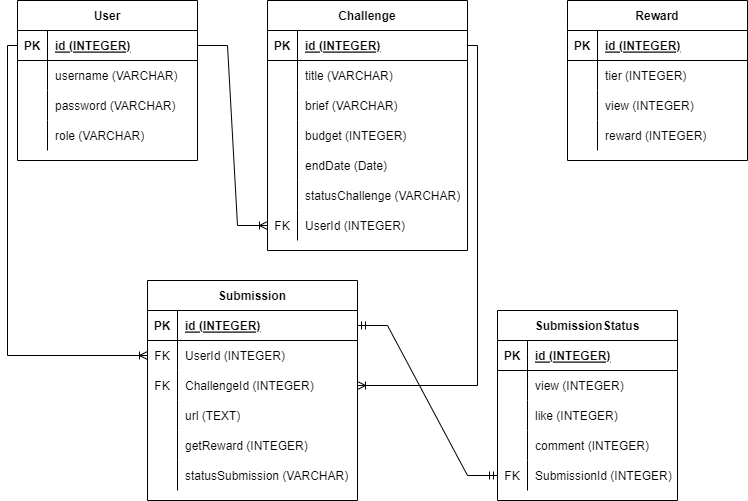
This is Refrences/SocialChallengeERD.png from YohKristian/SocialChallenge, a draw.io export, as it was before one commit. Source tidied: cells renumbered, new cells last; positions are measured from the earlier drawing's top-left corner, leaving out a move shared by most shapes. Its diagram source:
```xml
<mxGraphModel>
  <root>
    <mxCell id="0" />
    <mxCell id="1" parent="0" />
    <mxCell id="2" value="User" style="shape=table;startSize=30;rowLines=0;fontStyle=1;align=center;" parent="1" vertex="1">
      <mxGeometry width="180" height="160" as="geometry" />
    </mxCell>
    <mxCell id="3" style="shape=tableRow;horizontal=0;startSize=0;swimlaneHead=0;swimlaneBody=0;fillColor=none;points=[[0,0.5],[1,0.5]];portConstraint=eastwest;top=0;left=0;right=0;bottom=1;" parent="2" vertex="1">
      <mxGeometry y="30" width="180" height="30" as="geometry" />
    </mxCell>
    <mxCell id="4" value="PK" style="shape=partialRectangle;fillColor=none;top=0;left=0;bottom=0;right=0;fontStyle=1;overflow=hidden;" parent="3" vertex="1">
      <mxGeometry width="30" height="30" as="geometry" />
    </mxCell>
    <mxCell id="5" value="id (INTEGER)" style="shape=partialRectangle;fillColor=none;top=0;left=0;bottom=0;right=0;align=left;spacingLeft=6;fontStyle=5;overflow=hidden;" parent="3" vertex="1">
      <mxGeometry x="30" width="150" height="30" as="geometry" />
    </mxCell>
    <mxCell id="6" style="shape=tableRow;horizontal=0;startSize=0;swimlaneHead=0;swimlaneBody=0;fillColor=none;top=0;left=0;right=0;bottom=0;" parent="2" vertex="1">
      <mxGeometry y="60" width="180" height="30" as="geometry" />
    </mxCell>
    <mxCell id="7" style="shape=partialRectangle;fillColor=none;top=0;left=0;bottom=0;right=0;overflow=hidden;" parent="6" vertex="1">
      <mxGeometry width="30" height="30" as="geometry" />
    </mxCell>
    <mxCell id="8" value="username (VARCHAR)" style="shape=partialRectangle;fillColor=none;top=0;left=0;bottom=0;right=0;align=left;spacingLeft=6;overflow=hidden;" parent="6" vertex="1">
      <mxGeometry x="30" width="150" height="30" as="geometry" />
    </mxCell>
    <mxCell id="9" style="shape=tableRow;horizontal=0;startSize=0;swimlaneHead=0;swimlaneBody=0;fillColor=none;top=0;left=0;right=0;bottom=0;" parent="2" vertex="1">
      <mxGeometry y="90" width="180" height="30" as="geometry" />
    </mxCell>
    <mxCell id="10" style="shape=partialRectangle;fillColor=none;top=0;left=0;bottom=0;right=0;overflow=hidden;" parent="9" vertex="1">
      <mxGeometry width="30" height="30" as="geometry" />
    </mxCell>
    <mxCell id="11" value="password (VARCHAR)" style="shape=partialRectangle;fillColor=none;top=0;left=0;bottom=0;right=0;align=left;spacingLeft=6;overflow=hidden;" parent="9" vertex="1">
      <mxGeometry x="30" width="150" height="30" as="geometry" />
    </mxCell>
    <mxCell id="12" style="shape=tableRow;horizontal=0;startSize=0;swimlaneHead=0;swimlaneBody=0;fillColor=none;top=0;left=0;right=0;bottom=0;" parent="2" vertex="1">
      <mxGeometry y="120" width="180" height="30" as="geometry" />
    </mxCell>
    <mxCell id="13" style="shape=partialRectangle;fillColor=none;top=0;left=0;bottom=0;right=0;overflow=hidden;" parent="12" vertex="1">
      <mxGeometry width="30" height="30" as="geometry" />
    </mxCell>
    <mxCell id="14" value="role (VARCHAR)" style="shape=partialRectangle;fillColor=none;top=0;left=0;bottom=0;right=0;align=left;spacingLeft=6;overflow=hidden;" parent="12" vertex="1">
      <mxGeometry x="30" width="150" height="30" as="geometry" />
    </mxCell>
    <mxCell id="15" value="Challenge" style="shape=table;startSize=30;rowLines=0;fontStyle=1;align=center;" parent="1" vertex="1">
      <mxGeometry x="250" width="200" height="250" as="geometry" />
    </mxCell>
    <mxCell id="16" style="shape=tableRow;horizontal=0;startSize=0;swimlaneHead=0;swimlaneBody=0;fillColor=none;points=[[0,0.5],[1,0.5]];portConstraint=eastwest;top=0;left=0;right=0;bottom=1;" parent="15" vertex="1">
      <mxGeometry y="30" width="200" height="30" as="geometry" />
    </mxCell>
    <mxCell id="17" value="PK" style="shape=partialRectangle;fillColor=none;top=0;left=0;bottom=0;right=0;fontStyle=1;overflow=hidden;" parent="16" vertex="1">
      <mxGeometry width="30" height="30" as="geometry" />
    </mxCell>
    <mxCell id="18" value="id (INTEGER)" style="shape=partialRectangle;fillColor=none;top=0;left=0;bottom=0;right=0;align=left;spacingLeft=6;fontStyle=5;overflow=hidden;" parent="16" vertex="1">
      <mxGeometry x="30" width="170" height="30" as="geometry" />
    </mxCell>
    <mxCell id="19" style="shape=tableRow;horizontal=0;startSize=0;swimlaneHead=0;swimlaneBody=0;fillColor=none;top=0;left=0;right=0;bottom=0;" parent="15" vertex="1">
      <mxGeometry y="60" width="200" height="30" as="geometry" />
    </mxCell>
    <mxCell id="20" style="shape=partialRectangle;fillColor=none;top=0;left=0;bottom=0;right=0;overflow=hidden;" parent="19" vertex="1">
      <mxGeometry width="30" height="30" as="geometry" />
    </mxCell>
    <mxCell id="21" value="title (VARCHAR)" style="shape=partialRectangle;fillColor=none;top=0;left=0;bottom=0;right=0;align=left;spacingLeft=6;overflow=hidden;" parent="19" vertex="1">
      <mxGeometry x="30" width="170" height="30" as="geometry" />
    </mxCell>
    <mxCell id="22" style="shape=tableRow;horizontal=0;startSize=0;swimlaneHead=0;swimlaneBody=0;fillColor=none;top=0;left=0;right=0;bottom=0;" parent="15" vertex="1">
      <mxGeometry y="90" width="200" height="30" as="geometry" />
    </mxCell>
    <mxCell id="23" style="shape=partialRectangle;fillColor=none;top=0;left=0;bottom=0;right=0;overflow=hidden;" parent="22" vertex="1">
      <mxGeometry width="30" height="30" as="geometry" />
    </mxCell>
    <mxCell id="24" value="brief (VARCHAR)" style="shape=partialRectangle;fillColor=none;top=0;left=0;bottom=0;right=0;align=left;spacingLeft=6;overflow=hidden;" parent="22" vertex="1">
      <mxGeometry x="30" width="170" height="30" as="geometry" />
    </mxCell>
    <mxCell id="25" style="shape=tableRow;horizontal=0;startSize=0;swimlaneHead=0;swimlaneBody=0;fillColor=none;top=0;left=0;right=0;bottom=0;" parent="15" vertex="1">
      <mxGeometry y="120" width="200" height="30" as="geometry" />
    </mxCell>
    <mxCell id="26" style="shape=partialRectangle;fillColor=none;top=0;left=0;bottom=0;right=0;overflow=hidden;" parent="25" vertex="1">
      <mxGeometry width="30" height="30" as="geometry" />
    </mxCell>
    <mxCell id="27" value="budget (INTEGER)" style="shape=partialRectangle;fillColor=none;top=0;left=0;bottom=0;right=0;align=left;spacingLeft=6;overflow=hidden;" parent="25" vertex="1">
      <mxGeometry x="30" width="170" height="30" as="geometry" />
    </mxCell>
    <mxCell id="28" style="shape=tableRow;horizontal=0;startSize=0;swimlaneHead=0;swimlaneBody=0;fillColor=none;top=0;left=0;right=0;bottom=0;" parent="15" vertex="1">
      <mxGeometry y="150" width="200" height="30" as="geometry" />
    </mxCell>
    <mxCell id="29" style="shape=partialRectangle;fillColor=none;top=0;left=0;bottom=0;right=0;overflow=hidden;" parent="28" vertex="1">
      <mxGeometry width="30" height="30" as="geometry" />
    </mxCell>
    <mxCell id="30" value="endDate (Date)" style="shape=partialRectangle;fillColor=none;top=0;left=0;bottom=0;right=0;align=left;spacingLeft=6;overflow=hidden;" parent="28" vertex="1">
      <mxGeometry x="30" width="170" height="30" as="geometry" />
    </mxCell>
    <mxCell id="31" style="shape=tableRow;horizontal=0;startSize=0;swimlaneHead=0;swimlaneBody=0;fillColor=none;top=0;left=0;right=0;bottom=0;" parent="15" vertex="1">
      <mxGeometry y="180" width="200" height="30" as="geometry" />
    </mxCell>
    <mxCell id="32" style="shape=partialRectangle;fillColor=none;top=0;left=0;bottom=0;right=0;overflow=hidden;" parent="31" vertex="1">
      <mxGeometry width="30" height="30" as="geometry" />
    </mxCell>
    <mxCell id="33" value="statusChallenge (VARCHAR)" style="shape=partialRectangle;fillColor=none;top=0;left=0;bottom=0;right=0;align=left;spacingLeft=6;overflow=hidden;" parent="31" vertex="1">
      <mxGeometry x="30" width="170" height="30" as="geometry" />
    </mxCell>
    <mxCell id="34" style="shape=tableRow;horizontal=0;startSize=0;swimlaneHead=0;swimlaneBody=0;fillColor=none;points=[[0,0.5],[1,0.5]];portConstraint=eastwest;top=0;left=0;right=0;bottom=0;" parent="15" vertex="1">
      <mxGeometry y="210" width="200" height="30" as="geometry" />
    </mxCell>
    <mxCell id="35" value="FK" style="shape=partialRectangle;fillColor=none;top=0;left=0;bottom=0;right=0;overflow=hidden;" parent="34" vertex="1">
      <mxGeometry width="30" height="30" as="geometry" />
    </mxCell>
    <mxCell id="36" value="UserId (INTEGER)" style="shape=partialRectangle;fillColor=none;top=0;left=0;bottom=0;right=0;align=left;spacingLeft=6;overflow=hidden;" parent="34" vertex="1">
      <mxGeometry x="30" width="170" height="30" as="geometry" />
    </mxCell>
    <mxCell id="37" value="Submission" style="shape=table;startSize=30;rowLines=0;fontStyle=1;align=center;" parent="1" vertex="1">
      <mxGeometry x="130" y="280" width="210" height="220" as="geometry" />
    </mxCell>
    <mxCell id="38" style="shape=tableRow;horizontal=0;startSize=0;swimlaneHead=0;swimlaneBody=0;fillColor=none;points=[[0,0.5],[1,0.5]];portConstraint=eastwest;top=0;left=0;right=0;bottom=1;" parent="37" vertex="1">
      <mxGeometry y="30" width="210" height="30" as="geometry" />
    </mxCell>
    <mxCell id="39" value="PK" style="shape=partialRectangle;fillColor=none;top=0;left=0;bottom=0;right=0;fontStyle=1;overflow=hidden;" parent="38" vertex="1">
      <mxGeometry width="30" height="30" as="geometry" />
    </mxCell>
    <mxCell id="40" value="id (INTEGER)" style="shape=partialRectangle;fillColor=none;top=0;left=0;bottom=0;right=0;align=left;spacingLeft=6;fontStyle=5;overflow=hidden;" parent="38" vertex="1">
      <mxGeometry x="30" width="180" height="30" as="geometry" />
    </mxCell>
    <mxCell id="41" style="shape=tableRow;horizontal=0;startSize=0;swimlaneHead=0;swimlaneBody=0;fillColor=none;points=[[0,0.5],[1,0.5]];portConstraint=eastwest;top=0;left=0;right=0;bottom=0;" parent="37" vertex="1">
      <mxGeometry y="60" width="210" height="30" as="geometry" />
    </mxCell>
    <mxCell id="42" value="FK" style="shape=partialRectangle;fillColor=none;top=0;left=0;bottom=0;right=0;overflow=hidden;" parent="41" vertex="1">
      <mxGeometry width="30" height="30" as="geometry" />
    </mxCell>
    <mxCell id="43" value="UserId (INTEGER)" style="shape=partialRectangle;fillColor=none;top=0;left=0;bottom=0;right=0;align=left;spacingLeft=6;overflow=hidden;" parent="41" vertex="1">
      <mxGeometry x="30" width="180" height="30" as="geometry" />
    </mxCell>
    <mxCell id="44" style="shape=tableRow;horizontal=0;startSize=0;swimlaneHead=0;swimlaneBody=0;fillColor=none;points=[[0,0.5],[1,0.5]];portConstraint=eastwest;top=0;left=0;right=0;bottom=0;" parent="37" vertex="1">
      <mxGeometry y="90" width="210" height="30" as="geometry" />
    </mxCell>
    <mxCell id="45" value="FK" style="shape=partialRectangle;fillColor=none;top=0;left=0;bottom=0;right=0;overflow=hidden;" parent="44" vertex="1">
      <mxGeometry width="30" height="30" as="geometry" />
    </mxCell>
    <mxCell id="46" value="ChallengeId (INTEGER)" style="shape=partialRectangle;fillColor=none;top=0;left=0;bottom=0;right=0;align=left;spacingLeft=6;overflow=hidden;" parent="44" vertex="1">
      <mxGeometry x="30" width="180" height="30" as="geometry" />
    </mxCell>
    <mxCell id="47" style="shape=tableRow;horizontal=0;startSize=0;swimlaneHead=0;swimlaneBody=0;fillColor=none;top=0;left=0;right=0;bottom=0;" parent="37" vertex="1">
      <mxGeometry y="120" width="210" height="30" as="geometry" />
    </mxCell>
    <mxCell id="48" style="shape=partialRectangle;fillColor=none;top=0;left=0;bottom=0;right=0;overflow=hidden;" parent="47" vertex="1">
      <mxGeometry width="30" height="30" as="geometry" />
    </mxCell>
    <mxCell id="49" value="url (TEXT)" style="shape=partialRectangle;fillColor=none;top=0;left=0;bottom=0;right=0;align=left;spacingLeft=6;overflow=hidden;" parent="47" vertex="1">
      <mxGeometry x="30" width="180" height="30" as="geometry" />
    </mxCell>
    <mxCell id="50" style="shape=tableRow;horizontal=0;startSize=0;swimlaneHead=0;swimlaneBody=0;fillColor=none;top=0;left=0;right=0;bottom=0;" parent="37" vertex="1">
      <mxGeometry y="150" width="210" height="30" as="geometry" />
    </mxCell>
    <mxCell id="51" style="shape=partialRectangle;fillColor=none;top=0;left=0;bottom=0;right=0;overflow=hidden;" parent="50" vertex="1">
      <mxGeometry width="30" height="30" as="geometry" />
    </mxCell>
    <mxCell id="52" value="getReward (INTEGER)" style="shape=partialRectangle;fillColor=none;top=0;left=0;bottom=0;right=0;align=left;spacingLeft=6;overflow=hidden;" parent="50" vertex="1">
      <mxGeometry x="30" width="180" height="30" as="geometry" />
    </mxCell>
    <mxCell id="53" style="shape=tableRow;horizontal=0;startSize=0;swimlaneHead=0;swimlaneBody=0;fillColor=none;top=0;left=0;right=0;bottom=0;" parent="37" vertex="1">
      <mxGeometry y="180" width="210" height="30" as="geometry" />
    </mxCell>
    <mxCell id="54" style="shape=partialRectangle;fillColor=none;top=0;left=0;bottom=0;right=0;overflow=hidden;" parent="53" vertex="1">
      <mxGeometry width="30" height="30" as="geometry" />
    </mxCell>
    <mxCell id="55" value="statusSubmission (VARCHAR)" style="shape=partialRectangle;fillColor=none;top=0;left=0;bottom=0;right=0;align=left;spacingLeft=6;overflow=hidden;" parent="53" vertex="1">
      <mxGeometry x="30" width="180" height="30" as="geometry" />
    </mxCell>
    <mxCell id="56" value="Reward" style="shape=table;startSize=30;rowLines=0;fontStyle=1;align=center;" parent="1" vertex="1">
      <mxGeometry x="550" width="180" height="160" as="geometry" />
    </mxCell>
    <mxCell id="57" style="shape=tableRow;horizontal=0;startSize=0;swimlaneHead=0;swimlaneBody=0;fillColor=none;top=0;left=0;right=0;bottom=1;" parent="56" vertex="1">
      <mxGeometry y="30" width="180" height="30" as="geometry" />
    </mxCell>
    <mxCell id="58" value="PK" style="shape=partialRectangle;fillColor=none;top=0;left=0;bottom=0;right=0;fontStyle=1;overflow=hidden;" parent="57" vertex="1">
      <mxGeometry width="30" height="30" as="geometry" />
    </mxCell>
    <mxCell id="59" value="id (INTEGER)" style="shape=partialRectangle;fillColor=none;top=0;left=0;bottom=0;right=0;align=left;spacingLeft=6;fontStyle=5;overflow=hidden;" parent="57" vertex="1">
      <mxGeometry x="30" width="150" height="30" as="geometry" />
    </mxCell>
    <mxCell id="60" style="shape=tableRow;horizontal=0;startSize=0;swimlaneHead=0;swimlaneBody=0;fillColor=none;top=0;left=0;right=0;bottom=0;" parent="56" vertex="1">
      <mxGeometry y="60" width="180" height="30" as="geometry" />
    </mxCell>
    <mxCell id="61" style="shape=partialRectangle;fillColor=none;top=0;left=0;bottom=0;right=0;overflow=hidden;" parent="60" vertex="1">
      <mxGeometry width="30" height="30" as="geometry" />
    </mxCell>
    <mxCell id="62" value="tier (INTEGER)" style="shape=partialRectangle;fillColor=none;top=0;left=0;bottom=0;right=0;align=left;spacingLeft=6;overflow=hidden;" parent="60" vertex="1">
      <mxGeometry x="30" width="150" height="30" as="geometry" />
    </mxCell>
    <mxCell id="63" style="shape=tableRow;horizontal=0;startSize=0;swimlaneHead=0;swimlaneBody=0;fillColor=none;top=0;left=0;right=0;bottom=0;" parent="56" vertex="1">
      <mxGeometry y="90" width="180" height="30" as="geometry" />
    </mxCell>
    <mxCell id="64" style="shape=partialRectangle;fillColor=none;top=0;left=0;bottom=0;right=0;overflow=hidden;" parent="63" vertex="1">
      <mxGeometry width="30" height="30" as="geometry" />
    </mxCell>
    <mxCell id="65" value="view (INTEGER)" style="shape=partialRectangle;fillColor=none;top=0;left=0;bottom=0;right=0;align=left;spacingLeft=6;overflow=hidden;" parent="63" vertex="1">
      <mxGeometry x="30" width="150" height="30" as="geometry" />
    </mxCell>
    <mxCell id="66" style="shape=tableRow;horizontal=0;startSize=0;swimlaneHead=0;swimlaneBody=0;fillColor=none;top=0;left=0;right=0;bottom=0;" parent="56" vertex="1">
      <mxGeometry y="120" width="180" height="30" as="geometry" />
    </mxCell>
    <mxCell id="67" style="shape=partialRectangle;fillColor=none;top=0;left=0;bottom=0;right=0;overflow=hidden;" parent="66" vertex="1">
      <mxGeometry width="30" height="30" as="geometry" />
    </mxCell>
    <mxCell id="68" value="reward (INTEGER)" style="shape=partialRectangle;fillColor=none;top=0;left=0;bottom=0;right=0;align=left;spacingLeft=6;overflow=hidden;" parent="66" vertex="1">
      <mxGeometry x="30" width="150" height="30" as="geometry" />
    </mxCell>
    <mxCell id="69" style="edgeStyle=entityRelationEdgeStyle;fontSize=12;html=1;endArrow=ERoneToMany;rounded=0;exitX=1;exitY=0.5;exitDx=0;exitDy=0;entryX=0;entryY=0.5;entryDx=0;entryDy=0;" parent="1" edge="1" source="3" target="34">
      <mxGeometry relative="1" as="geometry" />
    </mxCell>
    <mxCell id="70" style="edgeStyle=orthogonalEdgeStyle;fontSize=12;html=1;endArrow=ERoneToMany;rounded=0;exitX=1;exitY=0.5;exitDx=0;exitDy=0;entryX=1;entryY=0.5;entryDx=0;entryDy=0;" parent="1" edge="1" source="16" target="44">
      <mxGeometry relative="1" as="geometry" />
    </mxCell>
    <mxCell id="71" style="edgeStyle=orthogonalEdgeStyle;fontSize=12;html=1;endArrow=ERoneToMany;rounded=0;exitX=0;exitY=0.5;exitDx=0;exitDy=0;entryX=0;entryY=0.5;entryDx=0;entryDy=0;" parent="1" edge="1" source="3" target="41">
      <mxGeometry relative="1" as="geometry" />
    </mxCell>
    <mxCell id="72" value="SubmissionStatus" style="shape=table;startSize=30;rowLines=0;fontStyle=1;align=center;" parent="1" vertex="1">
      <mxGeometry x="480" y="310" width="180" height="190" as="geometry" />
    </mxCell>
    <mxCell id="73" style="shape=tableRow;horizontal=0;startSize=0;swimlaneHead=0;swimlaneBody=0;fillColor=none;top=0;left=0;right=0;bottom=1;" parent="72" vertex="1">
      <mxGeometry y="30" width="180" height="30" as="geometry" />
    </mxCell>
    <mxCell id="74" value="PK" style="shape=partialRectangle;fillColor=none;top=0;left=0;bottom=0;right=0;fontStyle=1;overflow=hidden;" parent="73" vertex="1">
      <mxGeometry width="30" height="30" as="geometry" />
    </mxCell>
    <mxCell id="75" value="id (INTEGER)" style="shape=partialRectangle;fillColor=none;top=0;left=0;bottom=0;right=0;align=left;spacingLeft=6;fontStyle=5;overflow=hidden;" parent="73" vertex="1">
      <mxGeometry x="30" width="150" height="30" as="geometry" />
    </mxCell>
    <mxCell id="76" style="shape=tableRow;horizontal=0;startSize=0;swimlaneHead=0;swimlaneBody=0;fillColor=none;top=0;left=0;right=0;bottom=0;" parent="72" vertex="1">
      <mxGeometry y="60" width="180" height="30" as="geometry" />
    </mxCell>
    <mxCell id="77" style="shape=partialRectangle;fillColor=none;top=0;left=0;bottom=0;right=0;overflow=hidden;" parent="76" vertex="1">
      <mxGeometry width="30" height="30" as="geometry" />
    </mxCell>
    <mxCell id="78" value="view (INTEGER)" style="shape=partialRectangle;fillColor=none;top=0;left=0;bottom=0;right=0;align=left;spacingLeft=6;overflow=hidden;" parent="76" vertex="1">
      <mxGeometry x="30" width="150" height="30" as="geometry" />
    </mxCell>
    <mxCell id="79" style="shape=tableRow;horizontal=0;startSize=0;swimlaneHead=0;swimlaneBody=0;fillColor=none;top=0;left=0;right=0;bottom=0;" parent="72" vertex="1">
      <mxGeometry y="90" width="180" height="30" as="geometry" />
    </mxCell>
    <mxCell id="80" style="shape=partialRectangle;fillColor=none;top=0;left=0;bottom=0;right=0;overflow=hidden;" parent="79" vertex="1">
      <mxGeometry width="30" height="30" as="geometry" />
    </mxCell>
    <mxCell id="81" value="like (INTEGER)" style="shape=partialRectangle;fillColor=none;top=0;left=0;bottom=0;right=0;align=left;spacingLeft=6;overflow=hidden;" parent="79" vertex="1">
      <mxGeometry x="30" width="150" height="30" as="geometry" />
    </mxCell>
    <mxCell id="82" style="shape=tableRow;horizontal=0;startSize=0;swimlaneHead=0;swimlaneBody=0;fillColor=none;top=0;left=0;right=0;bottom=0;" parent="72" vertex="1">
      <mxGeometry y="120" width="180" height="30" as="geometry" />
    </mxCell>
    <mxCell id="83" style="shape=partialRectangle;fillColor=none;top=0;left=0;bottom=0;right=0;overflow=hidden;" parent="82" vertex="1">
      <mxGeometry width="30" height="30" as="geometry" />
    </mxCell>
    <mxCell id="84" value="comment (INTEGER)" style="shape=partialRectangle;fillColor=none;top=0;left=0;bottom=0;right=0;align=left;spacingLeft=6;overflow=hidden;" parent="82" vertex="1">
      <mxGeometry x="30" width="150" height="30" as="geometry" />
    </mxCell>
    <mxCell id="85" style="shape=tableRow;horizontal=0;startSize=0;swimlaneHead=0;swimlaneBody=0;fillColor=none;points=[[0,0.5],[1,0.5]];portConstraint=eastwest;top=0;left=0;right=0;bottom=0;" parent="72" vertex="1">
      <mxGeometry y="150" width="180" height="30" as="geometry" />
    </mxCell>
    <mxCell id="86" value="FK" style="shape=partialRectangle;fillColor=none;top=0;left=0;bottom=0;right=0;overflow=hidden;" parent="85" vertex="1">
      <mxGeometry width="30" height="30" as="geometry" />
    </mxCell>
    <mxCell id="87" value="SubmissionId (INTEGER)" style="shape=partialRectangle;fillColor=none;top=0;left=0;bottom=0;right=0;align=left;spacingLeft=6;overflow=hidden;" parent="85" vertex="1">
      <mxGeometry x="30" width="150" height="30" as="geometry" />
    </mxCell>
    <mxCell id="88" style="edgeStyle=entityRelationEdgeStyle;fontSize=12;html=1;endArrow=ERmandOne;startArrow=ERmandOne;rounded=0;exitX=1;exitY=0.5;exitDx=0;exitDy=0;entryX=0;entryY=0.5;entryDx=0;entryDy=0;" parent="1" edge="1" source="38" target="85">
      <mxGeometry relative="1" as="geometry" />
    </mxCell>
  </root>
</mxGraphModel>
```
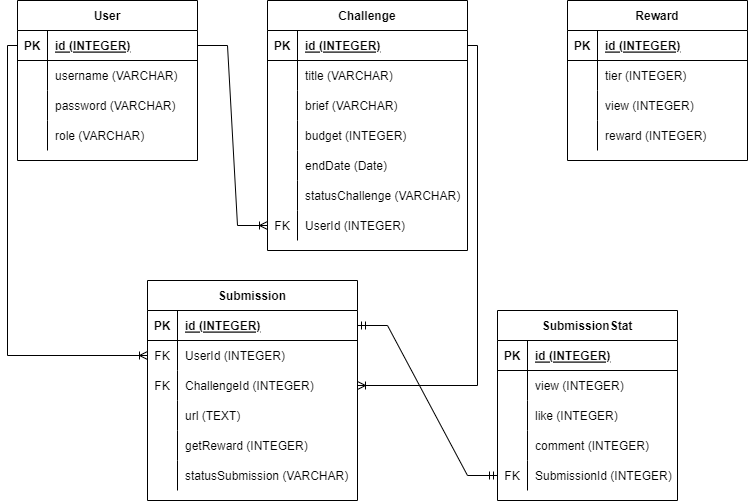
The same file after the commit.

Diff of the diagram source:
```diff
@@ -212,7 +212,7 @@
     <mxCell id="71" style="edgeStyle=orthogonalEdgeStyle;fontSize=12;html=1;endArrow=ERoneToMany;rounded=0;exitX=0;exitY=0.5;exitDx=0;exitDy=0;entryX=0;entryY=0.5;entryDx=0;entryDy=0;" parent="1" edge="1" source="3" target="41">
       <mxGeometry relative="1" as="geometry" />
     </mxCell>
-    <mxCell id="72" value="SubmissionStatus" style="shape=table;startSize=30;rowLines=0;fontStyle=1;align=center;" parent="1" vertex="1">
+    <mxCell id="72" value="SubmissionStat" style="shape=table;startSize=30;rowLines=0;fontStyle=1;align=center;" parent="1" vertex="1">
       <mxGeometry x="480" y="310" width="180" height="190" as="geometry" />
     </mxCell>
     <mxCell id="73" style="shape=tableRow;horizontal=0;startSize=0;swimlaneHead=0;swimlaneBody=0;fillColor=none;top=0;left=0;right=0;bottom=1;" parent="72" vertex="1">
```
